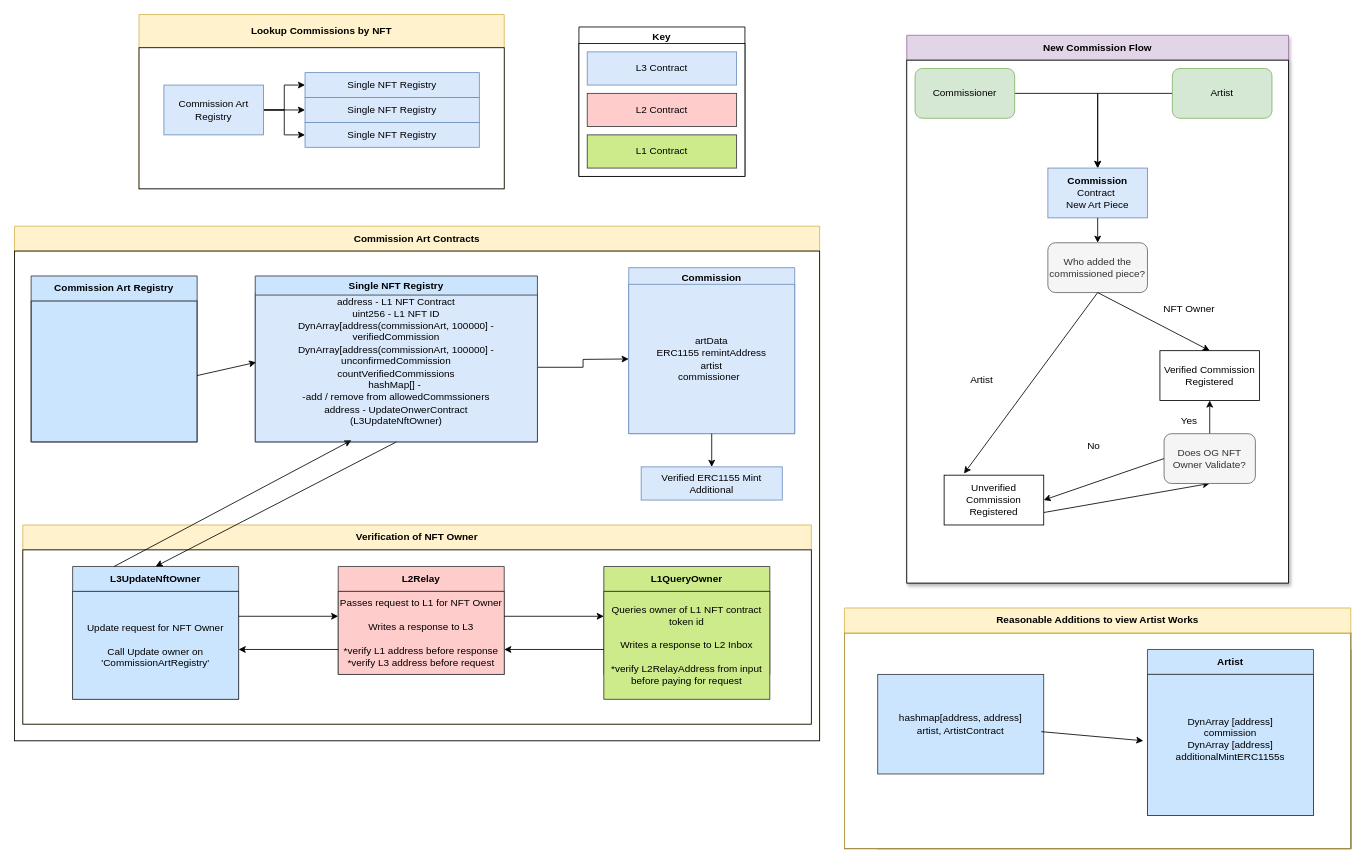
andrewtheiss/CommissionArt keeps this draw.io diagram as documentation/Commission Art.drawio. Above is the earlier version. Source tidied: cells renumbered, new cells numbered last; positions are measured from the earlier drawing's top-left corner, leaving out a move shared by most shapes. Both pictures are drawn from the tidied source at 83%, with x=0, y=0 at pixel (14, 14).
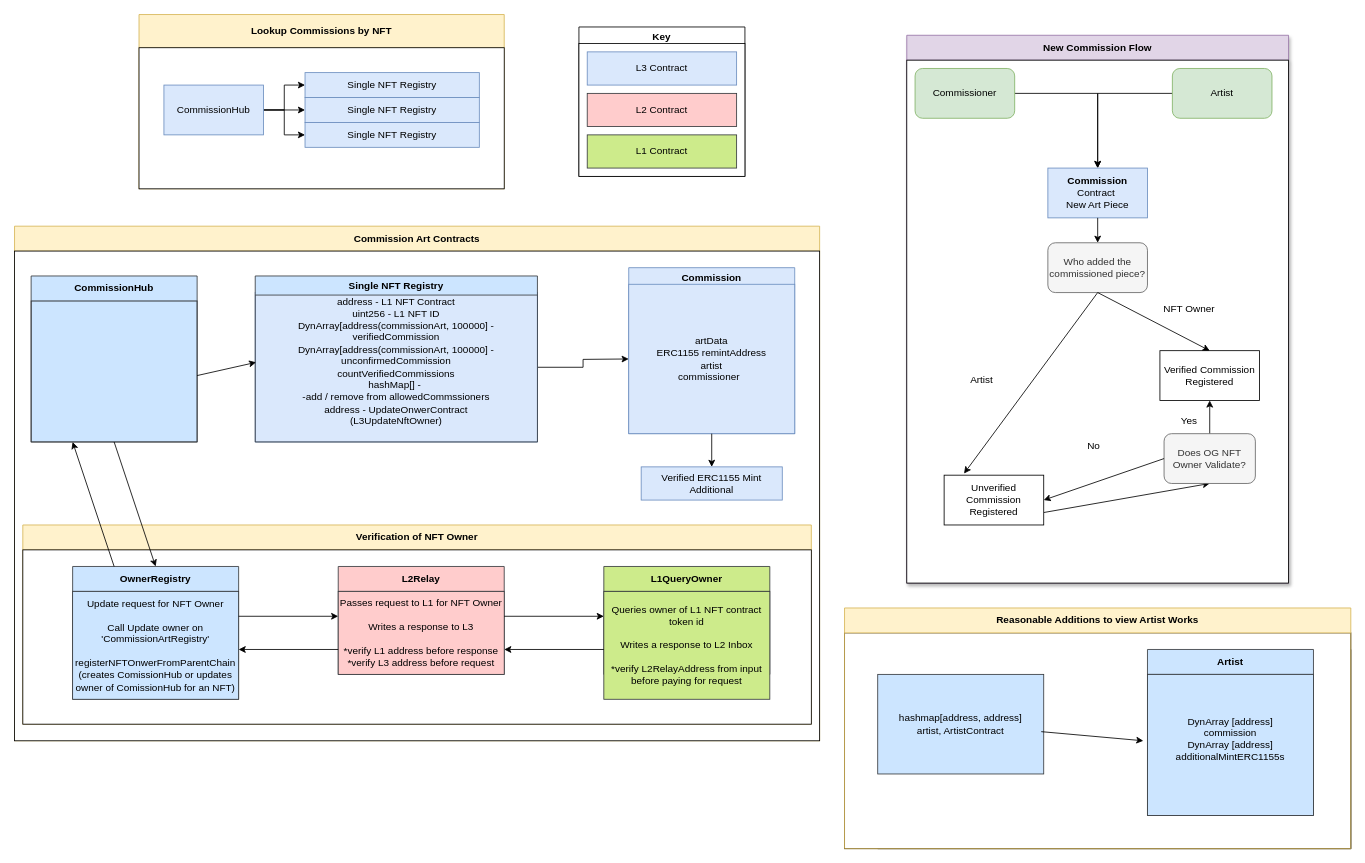
The same diagram, later.

The change refers to these unchanged cells:
```xml
<mxCell id="2" value="Lookup Commissions by NFT" style="swimlane;whiteSpace=wrap;html=1;fillColor=#fff2cc;strokeColor=#d6b656;startSize=40;" parent="1" vertex="1">
  <mxGeometry x="150" width="440" height="210" as="geometry" />
</mxCell>
<mxCell id="11" value="Commission Art Contracts" style="swimlane;whiteSpace=wrap;html=1;fillColor=#fff2cc;strokeColor=#d6b656;rounded=0;glass=0;shadow=0;startSize=30;" parent="1" vertex="1">
  <mxGeometry y="255" width="970" height="620" as="geometry" />
</mxCell>
<mxCell id="14" value="&lt;div&gt;address - L1 NFT Contract&lt;/div&gt;&lt;div&gt;uint256 - L1 NFT ID&lt;/div&gt;&lt;div&gt;&lt;div&gt;DynArray[address(commissionArt, 100000] - verifiedCommission&lt;/div&gt;&lt;div&gt;&lt;div&gt;DynArray[address(commissionArt, 100000] - unconfirmedCommission&lt;/div&gt;&lt;div&gt;countVerifiedCommissions&lt;/div&gt;&lt;div&gt;hashMap[&lt;span style=&quot;background-color: transparent; color: light-dark(rgb(0, 0, 0), rgb(255, 255, 255));&quot;&gt;] -&amp;nbsp;&lt;/span&gt;&lt;/div&gt;&lt;div&gt;&lt;span style=&quot;background-color: transparent; color: light-dark(rgb(0, 0, 0), rgb(255, 255, 255));&quot;&gt;-add / remove from allowedCommssioners&lt;/span&gt;&lt;/div&gt;&lt;div&gt;address - UpdateOnwerContract&lt;div&gt;(L3UpdateNftOwner)&lt;/div&gt;&lt;/div&gt;&lt;div&gt;&lt;br&gt;&lt;/div&gt;&lt;/div&gt;&lt;/div&gt;" style="rounded=0;whiteSpace=wrap;html=1;fillColor=#dae8fc;strokeColor=#6c8ebf;" parent="11" vertex="1">
  <mxGeometry x="290" y="80" width="340" height="180" as="geometry" />
</mxCell>
<mxCell id="18" style="rounded=0;whiteSpace=wrap;html=1;fillColor=#cce5ff;strokeColor=#36393d;" parent="11" vertex="1">
  <mxGeometry x="20" y="90" width="200" height="170" as="geometry" />
</mxCell>
<mxCell id="20" value="Verification of NFT Owner" style="swimlane;whiteSpace=wrap;html=1;startSize=30;fillColor=#fff2cc;strokeColor=#d6b656;" parent="11" vertex="1">
  <mxGeometry x="10" y="360" width="950" height="240" as="geometry" />
</mxCell>
```

The edit, as a diff of the source:
```diff
@@
-    <mxCell id="10" value="Commission Art&lt;div&gt;Registry&lt;/div&gt;" style="rounded=0;whiteSpace=wrap;html=1;fillColor=#dae8fc;strokeColor=#6c8ebf;" parent="2" vertex="1">
+    <mxCell id="10" value="CommissionHub" style="rounded=0;whiteSpace=wrap;html=1;fillColor=#dae8fc;strokeColor=#6c8ebf;" parent="2" vertex="1">
       <mxGeometry x="30" y="85" width="120" height="60" as="geometry" />
     </mxCell>
@@
-    <mxCell id="19" value="Commission Art Registry" style="swimlane;whiteSpace=wrap;html=1;startSize=30;fillColor=#cce5ff;strokeColor=#36393d;" parent="11" vertex="1">
+    <mxCell id="19" value="CommissionHub" style="swimlane;whiteSpace=wrap;html=1;startSize=30;fillColor=#cce5ff;strokeColor=#36393d;" parent="11" vertex="1">
       <mxGeometry x="20" y="60" width="200" height="200" as="geometry" />
     </mxCell>
@@
-    <mxCell id="24" value="L3UpdateNftOwner" style="swimlane;whiteSpace=wrap;html=1;fillColor=#cce5ff;strokeColor=#36393d;startSize=30;" parent="20" vertex="1">
+    <mxCell id="24" value="OwnerRegistry" style="swimlane;whiteSpace=wrap;html=1;fillColor=#cce5ff;strokeColor=#36393d;startSize=30;" parent="20" vertex="1">
       <mxGeometry x="60" y="50" width="200" height="160" as="geometry" />
     </mxCell>
-    <mxCell id="25" value="Update request for NFT Owner&lt;div&gt;&lt;br&gt;&lt;/div&gt;&lt;div&gt;Call Update owner on&lt;/div&gt;&lt;div&gt;'CommissionArtRegistry'&lt;br&gt;&lt;/div&gt;" style="rounded=0;whiteSpace=wrap;html=1;fillColor=#cce5ff;strokeColor=#36393d;" parent="24" vertex="1">
+    <mxCell id="25" value="Update request for NFT Owner&lt;div&gt;&lt;br&gt;&lt;/div&gt;&lt;div&gt;Call Update owner on&lt;/div&gt;&lt;div&gt;'CommissionArtRegistry'&lt;br&gt;&lt;/div&gt;&lt;div&gt;&lt;br&gt;&lt;/div&gt;&lt;div&gt;registerNFTOnwerFromParentChain (creates ComissionHub or updates owner of ComissionHub for an NFT)&lt;br&gt;&lt;/div&gt;" style="rounded=0;whiteSpace=wrap;html=1;fillColor=#cce5ff;strokeColor=#36393d;" parent="24" vertex="1">
       <mxGeometry y="30" width="200" height="130" as="geometry" />
     </mxCell>
@@
-    <mxCell id="32" style="endArrow=classic;html=1;rounded=0;entryX=0.341;entryY=0.989;entryDx=0;entryDy=0;exitX=0.25;exitY=0;exitDx=0;exitDy=0;entryPerimeter=0;" parent="11" edge="1" source="24" target="14">
+    <mxCell id="32" style="endArrow=classic;html=1;rounded=0;entryX=0.25;entryY=1;entryDx=0;entryDy=0;exitX=0.25;exitY=0;exitDx=0;exitDy=0;" parent="11" edge="1" source="24" target="18">
       <mxGeometry relative="1" as="geometry" />
     </mxCell>
-    <mxCell id="33" style="endArrow=classic;html=1;rounded=0;exitX=0.5;exitY=1;exitDx=0;exitDy=0;entryX=0.5;entryY=0;entryDx=0;entryDy=0;" parent="11" edge="1" source="14" target="24">
+    <mxCell id="33" style="endArrow=classic;html=1;rounded=0;exitX=0.5;exitY=1;exitDx=0;exitDy=0;entryX=0.5;entryY=0;entryDx=0;entryDy=0;" parent="11" edge="1" source="18" target="24">
       <mxGeometry relative="1" as="geometry" />
     </mxCell>
```
